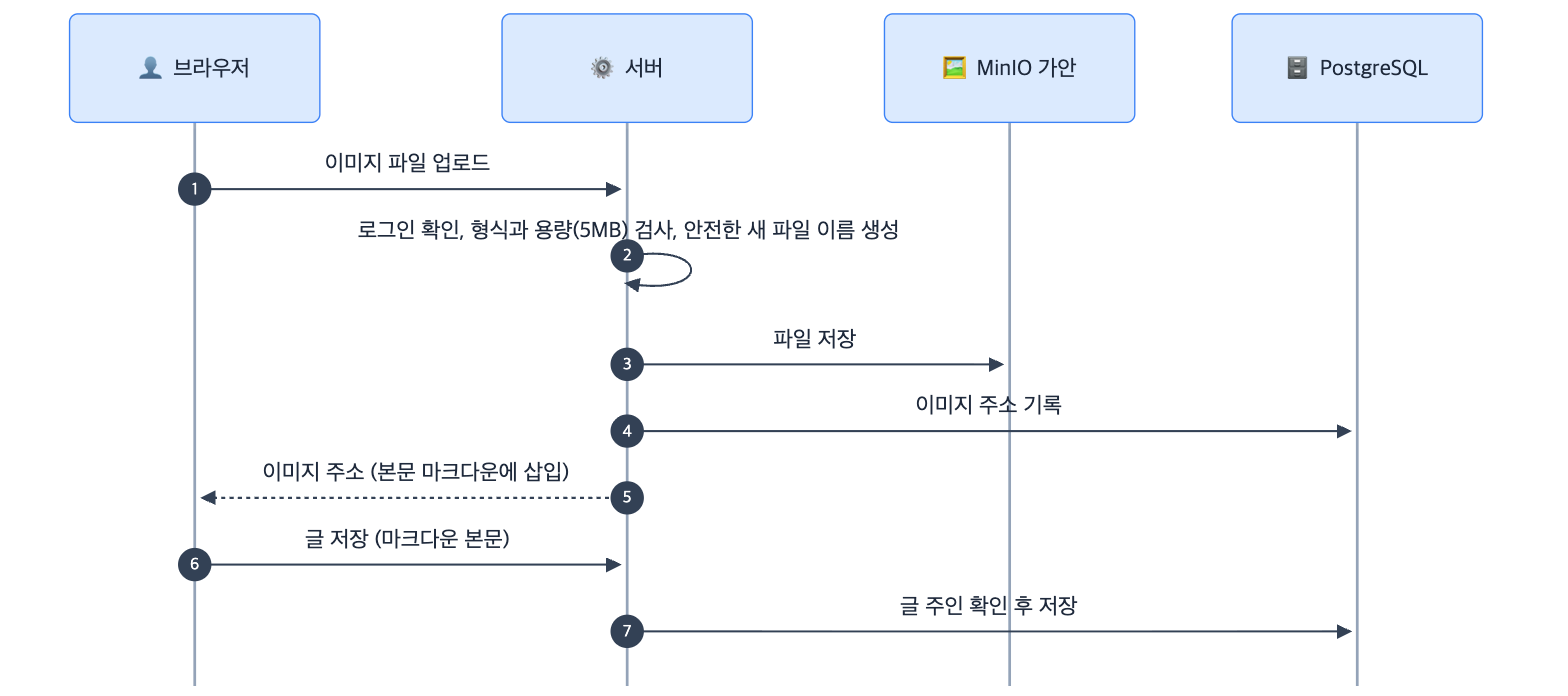
This is docs/3-설계/그림/06-글작성과이미지.png from home-blog/docs, a Mermaid export, as it was before one commit. Its source is kept beside it as docs/3-설계/그림/원본/06-글작성과이미지.mmd.
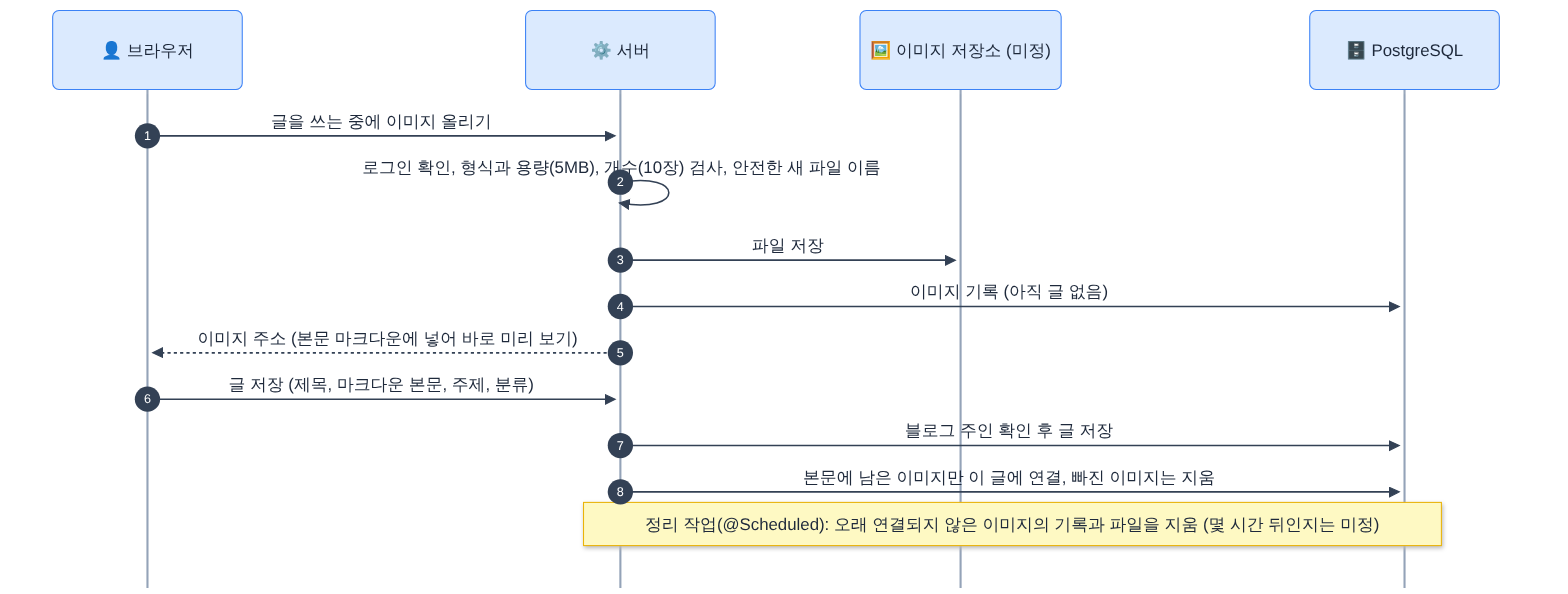
The same file after the commit.

Change to the diagram source:
```diff
@@ -2,13 +2,15 @@
   autonumber
   participant B as 👤 브라우저
   participant S as ⚙️ 서버
-  participant I as 🖼️ MinIO 가안
+  participant I as 🖼️ 이미지 저장소 (미정)
   participant D as 🗄️ PostgreSQL
 
-  B->>S: 이미지 파일 업로드
-  S->>S: 로그인 확인, 형식과 용량(5MB) 검사, 안전한 새 파일 이름 생성
+  B->>S: 글을 쓰는 중에 이미지 올리기
+  S->>S: 로그인 확인, 형식과 용량(5MB), 개수(10장) 검사, 안전한 새 파일 이름
   S->>I: 파일 저장
-  S->>D: 이미지 주소 기록
-  S-->>B: 이미지 주소 (본문 마크다운에 삽입)
-  B->>S: 글 저장 (마크다운 본문)
-  S->>D: 글 주인 확인 후 저장
+  S->>D: 이미지 기록 (아직 글 없음)
+  S-->>B: 이미지 주소 (본문 마크다운에 넣어 바로 미리 보기)
+  B->>S: 글 저장 (제목, 마크다운 본문, 주제, 분류)
+  S->>D: 블로그 주인 확인 후 글 저장
+  S->>D: 본문에 남은 이미지만 이 글에 연결, 빠진 이미지는 지움
+  Note over S,D: 정리 작업(@Scheduled): 오래 연결되지 않은 이미지의 기록과 파일을 지움 (몇 시간 뒤인지는 미정)
```
